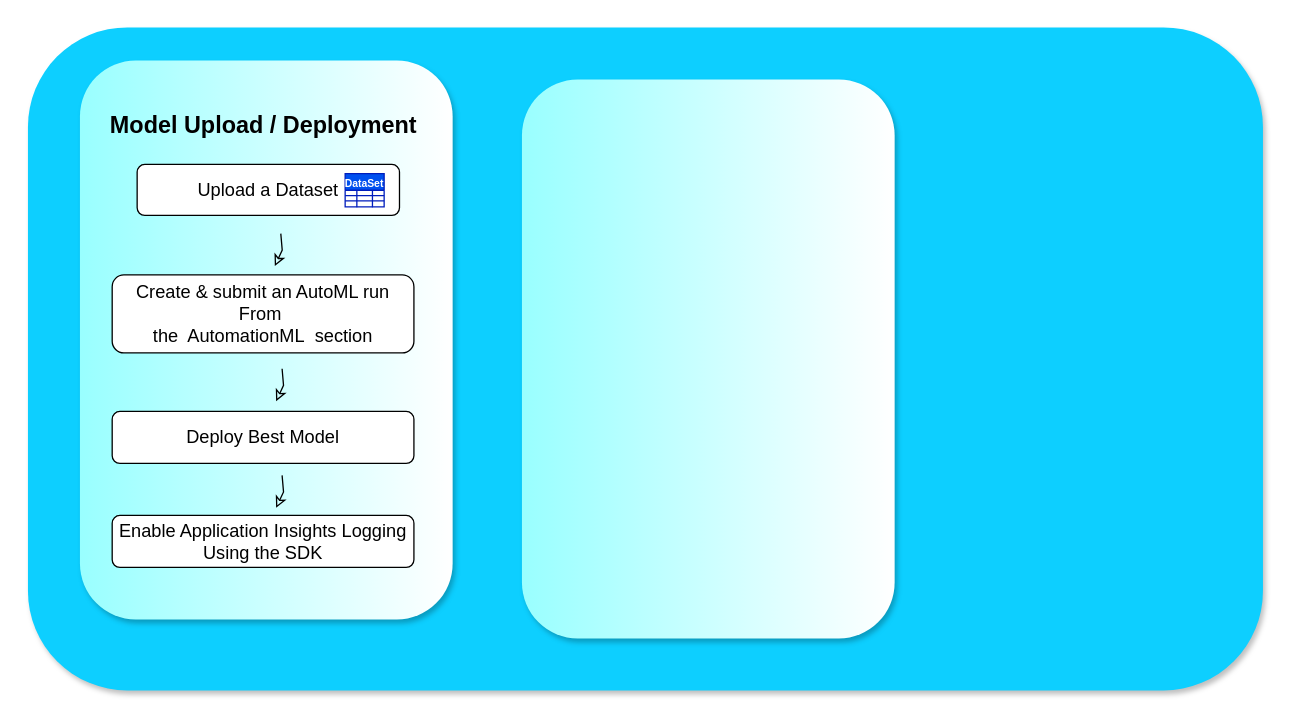
Above: Project 2_Architectural Diagram.drawio in ons-cherif/OperationalizingMLModel (draw.io), before the change. Source tidied: cells renumbered, new cells numbered last; positions are measured from the earlier drawing's top-left corner, leaving out a move shared by most shapes. Both pictures are drawn from the tidied source at 130%, with x=0, y=0 at pixel (27, 27).
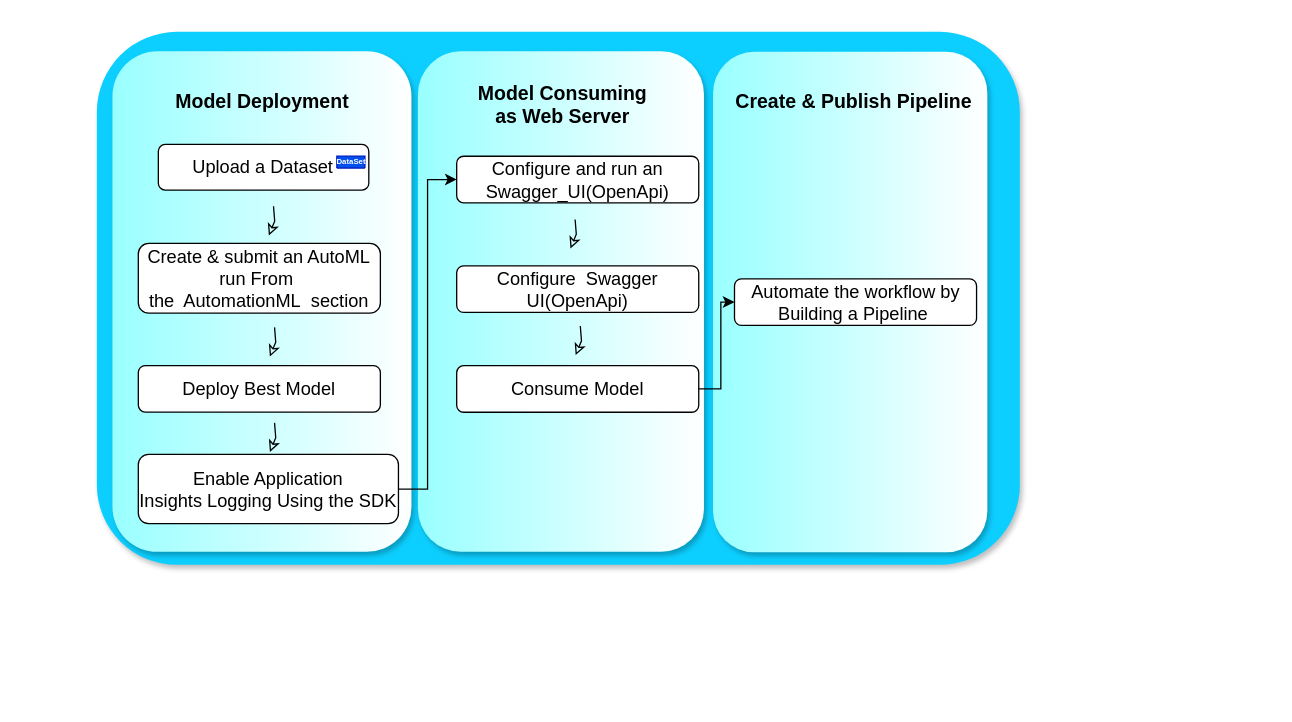
The same diagram, later.

What changed in the source:
```diff
@@
+    <mxCell id="35" style="group;" parent="1" vertex="1">
+      <mxGeometry x="53" y="3" width="769.2" height="410" as="geometry" />
+    </mxCell>
-    <mxCell id="2" style="rounded=1;whiteSpace=wrap;html=1;shadow=1;gradientDirection=north;strokeColor=none;fillColor=#0DCFFF;" parent="1" vertex="1">
-      <mxGeometry y="-0.4" width="950" height="510" as="geometry" />
+    <mxCell id="2" style="rounded=1;whiteSpace=wrap;html=1;shadow=1;gradientDirection=north;strokeColor=none;fillColor=#0DCFFF;" parent="35" vertex="1">
+      <mxGeometry width="710" height="410" as="geometry" />
     </mxCell>
+    <mxCell id="36" style="group;" parent="35" vertex="1">
+      <mxGeometry x="12" y="14.4" width="757.2" height="390.6" as="geometry" />
+    </mxCell>
-    <mxCell id="3" style="group;" parent="1" vertex="1">
-      <mxGeometry x="40" y="25" width="286.7" height="430" as="geometry" />
+    <mxCell id="3" style="group;" parent="36" vertex="1">
+      <mxGeometry y="0.6" width="242.8" height="390" as="geometry" />
     </mxCell>
     <mxCell id="4" style="rounded=1;whiteSpace=wrap;html=1;shadow=1;gradientColor=#ffffff;fillColor=#99FFFF;gradientDirection=east;strokeColor=none;" parent="3" vertex="1">
-      <mxGeometry width="286.7" height="430" as="geometry" />
+      <mxGeometry width="230" height="385" as="geometry" />
     </mxCell>
     <mxCell id="5" style="edgeStyle=none;rounded=0;orthogonalLoop=1;jettySize=auto;html=1;endArrow=classic;endFill=0;fontColor=#AB0F58;" parent="3" edge="1">
-      <mxGeometry x="-2" y="37" as="geometry">
-        <mxPoint x="154.5" y="133.2" as="sourcePoint" />
-        <mxPoint x="149.9" y="158.1" as="targetPoint" />
+      <mxGeometry x="-1.6" y="33.1" as="geometry">
+        <mxPoint x="123.9" y="119.2" as="sourcePoint" />
+        <mxPoint x="120.3" y="141.6" as="targetPoint" />
         <Array as="points">
-          <mxPoint x="155.6" y="145.9" />
+          <mxPoint x="124.8" y="130.6" />
         </Array>
       </mxGeometry>
     </mxCell>
     <mxCell id="6" style="group;" parent="3" vertex="1">
-      <mxGeometry x="24.8" y="165" width="232.1" height="60" as="geometry" />
+      <mxGeometry x="19.9" y="147.7" width="186.2" height="53.7" as="geometry" />
     </mxCell>
     <mxCell id="7" value="&lt;font style=&quot;font-size: 14px&quot;&gt;Create &amp;amp; submit an AutoML run From&amp;nbsp;&lt;br&gt;the&amp;nbsp; AutomationML&amp;nbsp; section&lt;/font&gt;" style="rounded=1;whiteSpace=wrap;html=1;" parent="6" vertex="1">
-      <mxGeometry width="232.1" height="60" as="geometry" />
+      <mxGeometry width="186.2" height="53.7" as="geometry" />
     </mxCell>
-    <mxCell id="8" value="&lt;font style=&quot;font-size: 18px&quot;&gt;&lt;b&gt;Model Upload / Deployment&lt;/b&gt;&lt;/font&gt;" style="text;html=1;align=center;verticalAlign=middle;" parent="3" vertex="1">
-      <mxGeometry x="15.9" y="40" width="250" height="20" as="geometry" />
-    </mxCell>
     <mxCell id="9" style="group;" parent="3" vertex="1">
-      <mxGeometry x="24.8" y="270" width="232.1" height="60" as="geometry" />
+      <mxGeometry x="19.9" y="241.7" width="186.2" height="53.7" as="geometry" />
     </mxCell>
     <mxCell id="10" value="&lt;span style=&quot;font-size: 14px&quot;&gt;Deploy Best Model&lt;/span&gt;" style="rounded=1;whiteSpace=wrap;html=1;" parent="9" vertex="1">
-      <mxGeometry width="232.1" height="40" as="geometry" />
+      <mxGeometry width="186.2" height="35.8" as="geometry" />
     </mxCell>
     <mxCell id="11" style="edgeStyle=none;rounded=0;orthogonalLoop=1;jettySize=auto;html=1;endArrow=classic;endFill=0;fontColor=#AB0F58;" parent="3" edge="1">
-      <mxGeometry x="-1" y="141" as="geometry">
-        <mxPoint x="155.5" y="237.2" as="sourcePoint" />
-        <mxPoint x="150.9" y="262.1" as="targetPoint" />
+      <mxGeometry x="-0.8" y="126.2" as="geometry">
+        <mxPoint x="124.7" y="212.3" as="sourcePoint" />
+        <mxPoint x="121.1" y="234.7" as="targetPoint" />
         <Array as="points">
-          <mxPoint x="156.6" y="249.9" />
+          <mxPoint x="125.6" y="223.7" />
         </Array>
       </mxGeometry>
     </mxCell>
     <mxCell id="12" style="group;" parent="3" vertex="1">
-      <mxGeometry x="24.8" y="350" width="232.1" height="60" as="geometry" />
+      <mxGeometry x="19.9" y="310" width="200.1" height="80" as="geometry" />
     </mxCell>
     <mxCell id="13" value="&lt;span style=&quot;font-size: 14px&quot;&gt;Enable Application Insights&amp;nbsp;Logging Using the SDK&lt;/span&gt;" style="rounded=1;whiteSpace=wrap;html=1;" parent="12" vertex="1">
-      <mxGeometry width="232.1" height="40" as="geometry" />
+      <mxGeometry width="200.1" height="53.3" as="geometry" />
     </mxCell>
     <mxCell id="14" style="edgeStyle=none;rounded=0;orthogonalLoop=1;jettySize=auto;html=1;endArrow=classic;endFill=0;fontColor=#AB0F58;" parent="3" edge="1">
-      <mxGeometry x="-1" y="223" as="geometry">
-        <mxPoint x="155.5" y="319.2" as="sourcePoint" />
-        <mxPoint x="150.9" y="344.1" as="targetPoint" />
+      <mxGeometry x="-0.8" y="199.7" as="geometry">
+        <mxPoint x="124.7" y="285.8" as="sourcePoint" />
+        <mxPoint x="121.1" y="308.1" as="targetPoint" />
         <Array as="points">
-          <mxPoint x="156.6" y="331.9" />
+          <mxPoint x="125.6" y="297.2" />
         </Array>
       </mxGeometry>
     </mxCell>
     <mxCell id="15" style="group;" parent="3" vertex="1">
-      <mxGeometry x="44" y="80" width="201.8" height="42.6" as="geometry" />
+      <mxGeometry x="35.3" y="71.6" width="161.9" height="38.1" as="geometry" />
     </mxCell>
     <mxCell id="16" value="&lt;font style=&quot;font-size: 14px&quot;&gt;Upload a Dataset&lt;/font&gt;" style="rounded=1;whiteSpace=wrap;html=1;align=center;" parent="15" vertex="1">
-      <mxGeometry width="201.8" height="39.2" as="geometry" />
+      <mxGeometry width="161.9" height="35.1" as="geometry" />
     </mxCell>
-    <mxCell id="17" value="&lt;font style=&quot;font-size: 8px&quot;&gt;DataSet&lt;/font&gt;" style="shape=table;html=1;whiteSpace=wrap;startSize=13;childLayout=tableLayout;fontStyle=1;align=center;fillColor=#0050ef;strokeColor=#001DBC;fontColor=#ffffff;" parent="15" vertex="1">
-      <mxGeometry x="160" y="7" width="30" height="25.6" as="geometry" />
+    <mxCell id="17" value="&lt;font style=&quot;font-size: 6px;&quot;&gt;DataSet&lt;/font&gt;" style="shape=table;html=1;whiteSpace=wrap;startSize=13;childLayout=tableLayout;fontStyle=1;align=center;fillColor=#0050ef;strokeColor=#001DBC;fontColor=#ffffff;fontSize=6;" parent="15" vertex="1">
+      <mxGeometry x="137.3" y="9" width="21.6" height="9.2" as="geometry" />
     </mxCell>
     <mxCell id="18" style="shape=partialRectangle;html=1;whiteSpace=wrap;fillColor=none;top=0;left=0;bottom=0;right=0;" parent="17" vertex="1">
-      <mxGeometry y="13" width="30" as="geometry" />
+      <mxGeometry y="13" width="24.1" as="geometry" />
     </mxCell>
     <mxCell id="19" style="shape=partialRectangle;html=1;whiteSpace=wrap;fillColor=none;top=0;left=0;bottom=0;right=0;overflow=hidden;" parent="18" vertex="1">
-      <mxGeometry width="9" as="geometry" />
+      <mxGeometry width="7" as="geometry" />
     </mxCell>
     <mxCell id="20" style="shape=partialRectangle;html=1;whiteSpace=wrap;fillColor=none;top=0;left=0;bottom=0;right=0;overflow=hidden;" parent="18" vertex="1">
-      <mxGeometry x="9" width="12" as="geometry" />
+      <mxGeometry x="7" width="10" as="geometry" />
     </mxCell>
     <mxCell id="21" style="shape=partialRectangle;html=1;whiteSpace=wrap;fillColor=none;top=0;left=0;bottom=0;right=0;overflow=hidden;" parent="18" vertex="1">
-      <mxGeometry x="21" width="9" as="geometry" />
+      <mxGeometry x="17" width="7" as="geometry" />
     </mxCell>
     <mxCell id="22" style="shape=partialRectangle;html=1;whiteSpace=wrap;fillColor=none;top=0;left=0;bottom=0;right=0;" parent="17" vertex="1">
-      <mxGeometry y="13" width="30" height="4" as="geometry" />
+      <mxGeometry y="13" width="24.1" height="3" as="geometry" />
     </mxCell>
     <mxCell id="23" style="shape=partialRectangle;html=1;whiteSpace=wrap;fillColor=none;top=0;left=0;bottom=0;right=0;overflow=hidden;" parent="22" vertex="1">
-      <mxGeometry width="9" height="4" as="geometry" />
+      <mxGeometry width="7" height="3" as="geometry" />
     </mxCell>
     <mxCell id="24" style="shape=partialRectangle;html=1;whiteSpace=wrap;fillColor=none;top=0;left=0;bottom=0;right=0;overflow=hidden;" parent="22" vertex="1">
-      <mxGeometry x="9" width="12" height="4" as="geometry" />
+      <mxGeometry x="7" width="10" height="3" as="geometry" />
     </mxCell>
     <mxCell id="25" style="shape=partialRectangle;html=1;whiteSpace=wrap;fillColor=none;top=0;left=0;bottom=0;right=0;overflow=hidden;" parent="22" vertex="1">
-      <mxGeometry x="21" width="9" height="4" as="geometry" />
+      <mxGeometry x="17" width="7" height="3" as="geometry" />
     </mxCell>
     <mxCell id="26" style="shape=partialRectangle;html=1;whiteSpace=wrap;fillColor=none;top=0;left=0;bottom=0;right=0;" parent="17" vertex="1">
-      <mxGeometry y="17" width="30" height="4" as="geometry" />
+      <mxGeometry y="16" width="24.1" height="3" as="geometry" />
     </mxCell>
     <mxCell id="27" style="shape=partialRectangle;html=1;whiteSpace=wrap;fillColor=none;top=0;left=0;bottom=0;right=0;overflow=hidden;" parent="26" vertex="1">
-      <mxGeometry width="9" height="4" as="geometry" />
+      <mxGeometry width="7" height="3" as="geometry" />
     </mxCell>
     <mxCell id="28" style="shape=partialRectangle;html=1;whiteSpace=wrap;fillColor=none;top=0;left=0;bottom=0;right=0;overflow=hidden;" parent="26" vertex="1">
-      <mxGeometry x="9" width="12" height="4" as="geometry" />
+      <mxGeometry x="7" width="10" height="3" as="geometry" />
     </mxCell>
     <mxCell id="29" style="shape=partialRectangle;html=1;whiteSpace=wrap;fillColor=none;top=0;left=0;bottom=0;right=0;overflow=hidden;" parent="26" vertex="1">
-      <mxGeometry x="21" width="9" height="4" as="geometry" />
+      <mxGeometry x="17" width="7" height="3" as="geometry" />
     </mxCell>
     <mxCell id="30" style="shape=partialRectangle;html=1;whiteSpace=wrap;fillColor=none;top=0;left=0;bottom=0;right=0;" parent="17" vertex="1">
-      <mxGeometry y="21" width="30" height="5" as="geometry" />
+      <mxGeometry y="19" width="24.1" height="4" as="geometry" />
     </mxCell>
     <mxCell id="31" style="shape=partialRectangle;html=1;whiteSpace=wrap;fillColor=none;top=0;left=0;bottom=0;right=0;overflow=hidden;" parent="30" vertex="1">
-      <mxGeometry width="9" height="5" as="geometry" />
+      <mxGeometry width="7" height="4" as="geometry" />
     </mxCell>
     <mxCell id="32" style="shape=partialRectangle;html=1;whiteSpace=wrap;fillColor=none;top=0;left=0;bottom=0;right=0;overflow=hidden;" parent="30" vertex="1">
-      <mxGeometry x="9" width="12" height="5" as="geometry" />
+      <mxGeometry x="7" width="10" height="4" as="geometry" />
     </mxCell>
     <mxCell id="33" style="shape=partialRectangle;html=1;whiteSpace=wrap;fillColor=none;top=0;left=0;bottom=0;right=0;overflow=hidden;" parent="30" vertex="1">
-      <mxGeometry x="21" width="9" height="5" as="geometry" />
+      <mxGeometry x="17" width="7" height="4" as="geometry" />
     </mxCell>
+    <mxCell id="37" value="&lt;font size=&quot;1&quot;&gt;&lt;b style=&quot;font-size: 15px&quot;&gt;Model Deployment&lt;/b&gt;&lt;/font&gt;" style="text;html=1;align=center;verticalAlign=middle;" parent="3" vertex="1">
+      <mxGeometry x="40" y="28" width="150" height="20" as="geometry" />
+    </mxCell>
-    <mxCell id="34" style="rounded=1;whiteSpace=wrap;html=1;shadow=1;gradientColor=#ffffff;fillColor=#99FFFF;gradientDirection=east;strokeColor=none;" parent="1" vertex="1">
-      <mxGeometry x="380" y="39.6" width="286.7" height="430" as="geometry" />
+    <mxCell id="34" style="rounded=1;whiteSpace=wrap;html=1;shadow=1;gradientColor=#ffffff;fillColor=#99FFFF;gradientDirection=east;strokeColor=none;" parent="36" vertex="1">
+      <mxGeometry x="235" y="0.6" width="220" height="385" as="geometry" />
     </mxCell>
+    <mxCell id="38" value="&lt;font style=&quot;font-size: 15px&quot;&gt;&lt;b&gt;Model Consuming &lt;br&gt;as Web Server&lt;/b&gt;&lt;/font&gt;" style="text;html=1;align=center;verticalAlign=middle;" parent="36" vertex="1">
+      <mxGeometry x="271" y="21.6" width="150" height="40" as="geometry" />
+    </mxCell>
+    <mxCell id="39" style="group;" parent="36" vertex="1">
+      <mxGeometry x="264.8" y="81.3" width="186.2" height="53.7" as="geometry" />
+    </mxCell>
+    <mxCell id="40" value="&lt;span style=&quot;font-size: 14px&quot;&gt;Configure and run an Swagger_UI(OpenApi)&lt;/span&gt;" style="rounded=1;whiteSpace=wrap;html=1;" parent="39" vertex="1">
+      <mxGeometry width="186.2" height="35.8" as="geometry" />
+    </mxCell>
+    <mxCell id="41" style="group;" parent="36" vertex="1">
+      <mxGeometry x="264.8" y="165.6" width="186.2" height="53.7" as="geometry" />
+    </mxCell>
+    <mxCell id="42" value="&lt;span style=&quot;font-size: 14px&quot;&gt;Configure&amp;nbsp; Swagger UI(OpenApi)&lt;/span&gt;" style="rounded=1;whiteSpace=wrap;html=1;" parent="41" vertex="1">
+      <mxGeometry width="186.2" height="35.8" as="geometry" />
+    </mxCell>
+    <mxCell id="43" style="group;" parent="36" vertex="1">
+      <mxGeometry x="264.8" y="242.4" width="186.2" height="53.7" as="geometry" />
+    </mxCell>
+    <mxCell id="44" value="&lt;span style=&quot;font-size: 14px&quot;&gt;Consume Model&lt;/span&gt;" style="rounded=1;whiteSpace=wrap;html=1;" parent="43" vertex="1">
+      <mxGeometry width="186.2" height="35.8" as="geometry" />
+    </mxCell>
+    <mxCell id="45" style="edgeStyle=none;rounded=0;orthogonalLoop=1;jettySize=auto;html=1;endArrow=classic;endFill=0;fontColor=#AB0F58;" parent="36" edge="1">
+      <mxGeometry x="870.4" y="-541.2" as="geometry">
+        <mxPoint x="355.9" y="129.9" as="sourcePoint" />
+        <mxPoint x="352.3" y="152.2" as="targetPoint" />
+        <Array as="points">
+          <mxPoint x="356.8" y="141.3" />
+        </Array>
+      </mxGeometry>
+    </mxCell>
+    <mxCell id="46" style="edgeStyle=none;rounded=0;orthogonalLoop=1;jettySize=auto;html=1;endArrow=classic;endFill=0;fontColor=#AB0F58;" parent="36" edge="1">
+      <mxGeometry x="874.4" y="-459.2" as="geometry">
+        <mxPoint x="359.9" y="211.9" as="sourcePoint" />
+        <mxPoint x="356.3" y="234.2" as="targetPoint" />
+        <Array as="points">
+          <mxPoint x="360.8" y="223.3" />
+        </Array>
+      </mxGeometry>
+    </mxCell>
+    <mxCell id="47" style="rounded=1;whiteSpace=wrap;html=1;shadow=1;gradientColor=#ffffff;fillColor=#99FFFF;gradientDirection=east;strokeColor=none;" parent="36" vertex="1">
+      <mxGeometry x="462" y="1" width="211" height="385" as="geometry" />
+    </mxCell>
+    <mxCell id="48" value="&lt;font size=&quot;1&quot;&gt;&lt;b style=&quot;font-size: 15px&quot;&gt;Create &amp;amp; Publish Pipeline&lt;/b&gt;&lt;/font&gt;" style="text;html=1;align=center;verticalAlign=middle;" parent="36" vertex="1">
+      <mxGeometry x="470" y="28.6" width="200" height="20" as="geometry" />
+    </mxCell>
+    <mxCell id="49" style="group;" parent="36" vertex="1">
+      <mxGeometry x="478.5" y="175.6" width="186.2" height="53.7" as="geometry" />
+    </mxCell>
+    <mxCell id="50" value="&lt;span style=&quot;font-size: 14px&quot;&gt;Automate the workflow by Building a Pipeline&amp;nbsp;&lt;/span&gt;" style="rounded=1;whiteSpace=wrap;html=1;" parent="49" vertex="1">
+      <mxGeometry width="186.2" height="35.8" as="geometry" />
+    </mxCell>
+    <mxCell id="51" style="edgeStyle=orthogonalEdgeStyle;rounded=0;jettySize=auto;html=1;entryX=0;entryY=0.5;entryDx=0;entryDy=0;fontSize=6;" parent="36" edge="1" source="13" target="40">
+      <mxGeometry relative="1" as="geometry" />
+    </mxCell>
+    <mxCell id="52" style="edgeStyle=orthogonalEdgeStyle;rounded=0;jettySize=auto;html=1;entryX=0;entryY=0.5;entryDx=0;entryDy=0;fontSize=6;" parent="36" edge="1" source="44" target="50">
+      <mxGeometry relative="1" as="geometry">
+        <Array as="points">
+          <mxPoint x="468" y="260" />
+          <mxPoint x="468" y="194" />
+        </Array>
+      </mxGeometry>
+    </mxCell>
```
